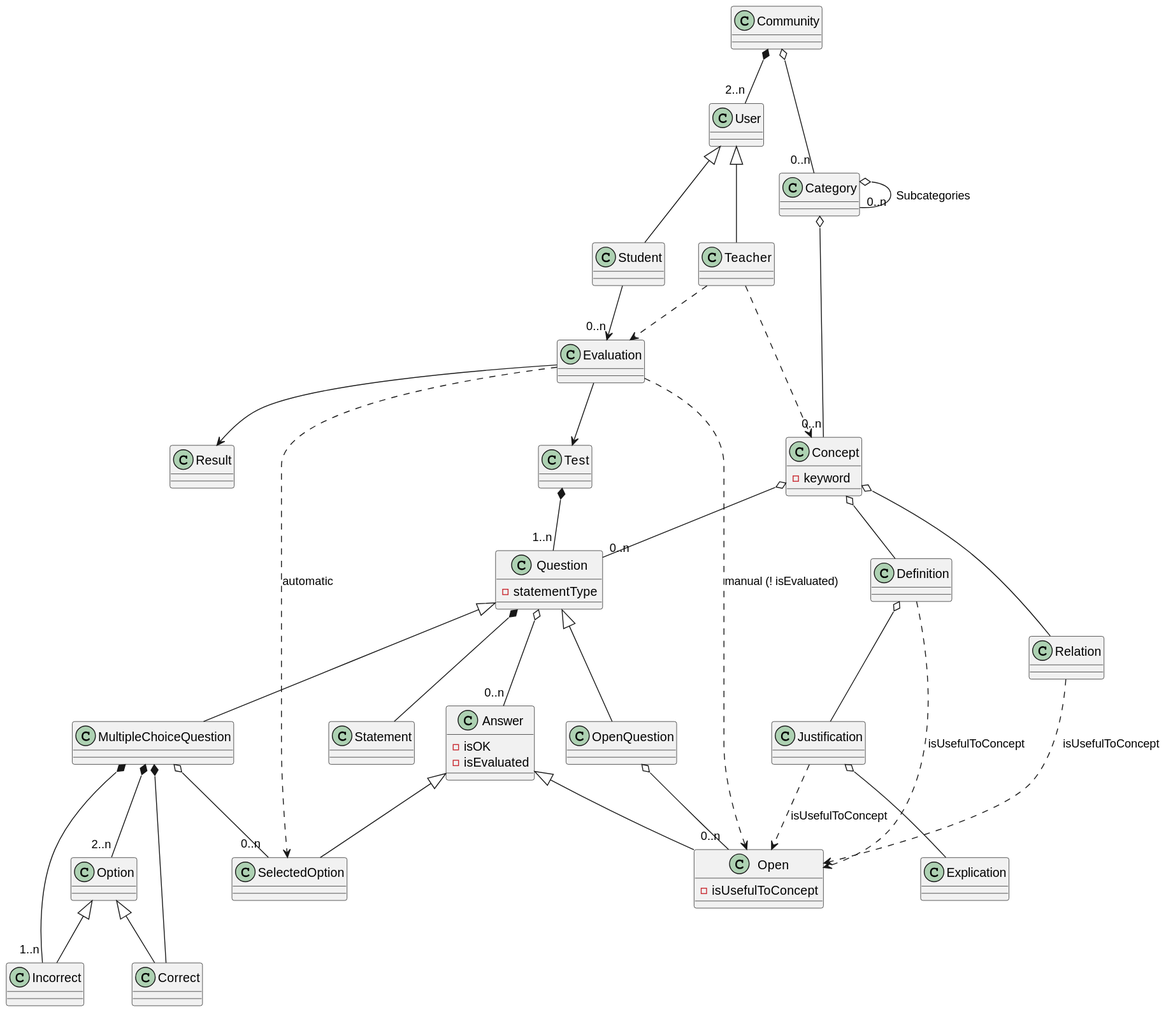
This is out/doc/dominio_clases/OpoTestDomain.svg from Joselon/ProyectoOpoTest, a PlantUML export, as it was before one commit.
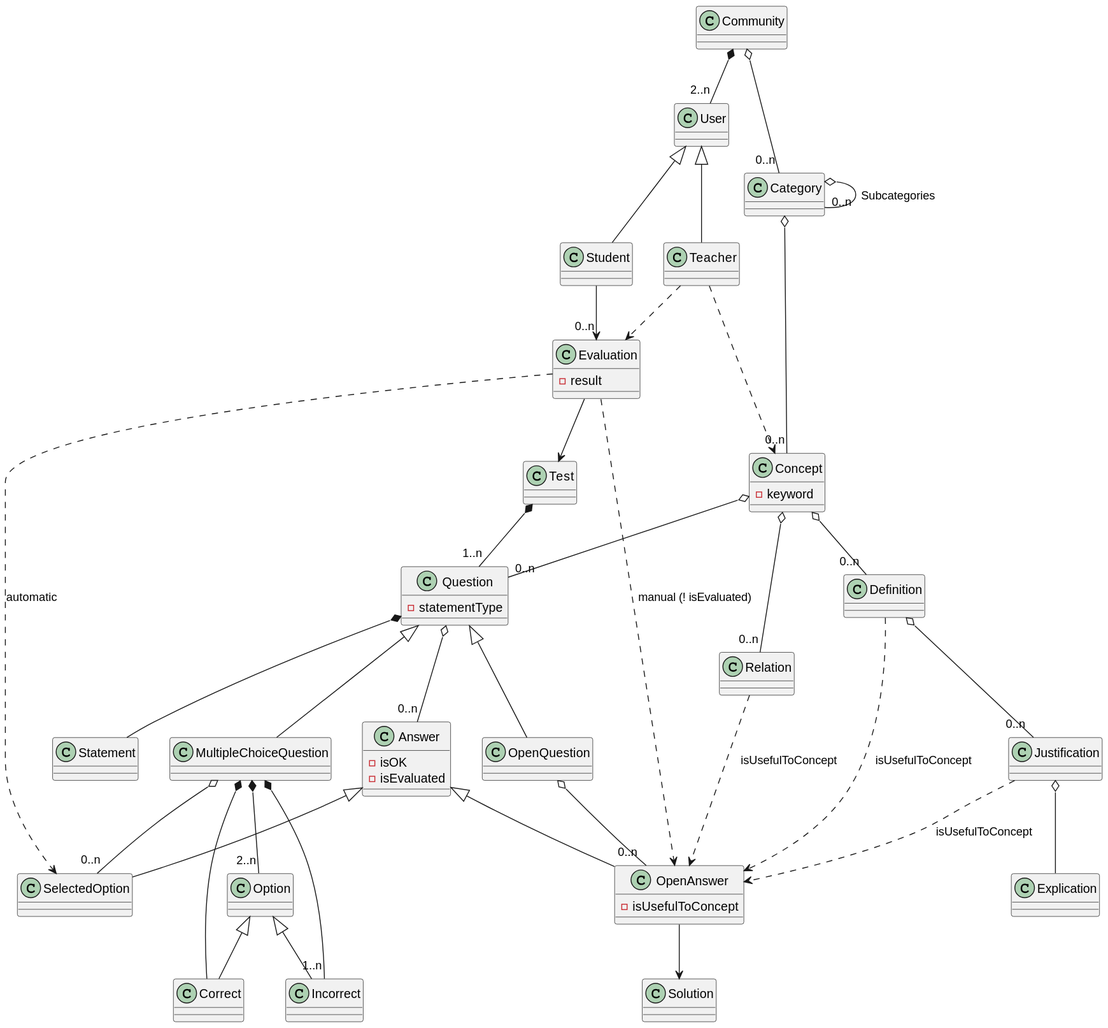
The same diagram one commit later.

Diff of the diagram source:
```diff
@@ -8,9 +8,9 @@
 
 class Student
 
-class Evaluation
-
-class Result
+class Evaluation {
+    - result
+}
 
 class Category
 
@@ -41,7 +41,7 @@
 
 Class Incorrect
 
-class Open {
+class OpenAnswer {
     - isUsefulToConcept
 }
 
@@ -59,21 +59,20 @@
 Teacher ..> Concept
 Category o--"0..n" Concept
 Concept o--"0..n" Question
-Concept o-- Definition
-Definition o-- Justification
+Concept o--"0..n" Definition
+Definition o--"0..n" Justification
 Justification o-- Explication
-Concept o-- Relation
+Concept o--"0..n" Relation
 
 Student -->"0..n" Evaluation
 Evaluation --> Test
-Evaluation --> Result
 
 Teacher ..> Evaluation
-Definition ..> Open :isUsefulToConcept
-Justification ..> Open :isUsefulToConcept
-Relation ..> Open :isUsefulToConcept
+Definition ..> OpenAnswer :isUsefulToConcept
+Justification ..> OpenAnswer :isUsefulToConcept
+Relation ..> OpenAnswer :isUsefulToConcept
 
-Evaluation ..> Open : manual (! isEvaluated)
+Evaluation ..> OpenAnswer : manual (! isEvaluated)
 Evaluation ..> SelectedOption : automatic
 
 Test *--"1..n" Question
@@ -86,10 +85,11 @@
 MultipleChoiceQuestion *-- Correct
 MultipleChoiceQuestion *--"1..n" Incorrect
 MultipleChoiceQuestion o--"0..n" SelectedOption
-OpenQuestion o--"0..n" Open
+OpenQuestion o--"0..n" OpenAnswer
 Question o--"0..n" Answer
-Answer <|-- Open
+Answer <|-- OpenAnswer
 Answer <|-- SelectedOption
+OpenAnswer --> Solution
 
 
 @enduml
```
